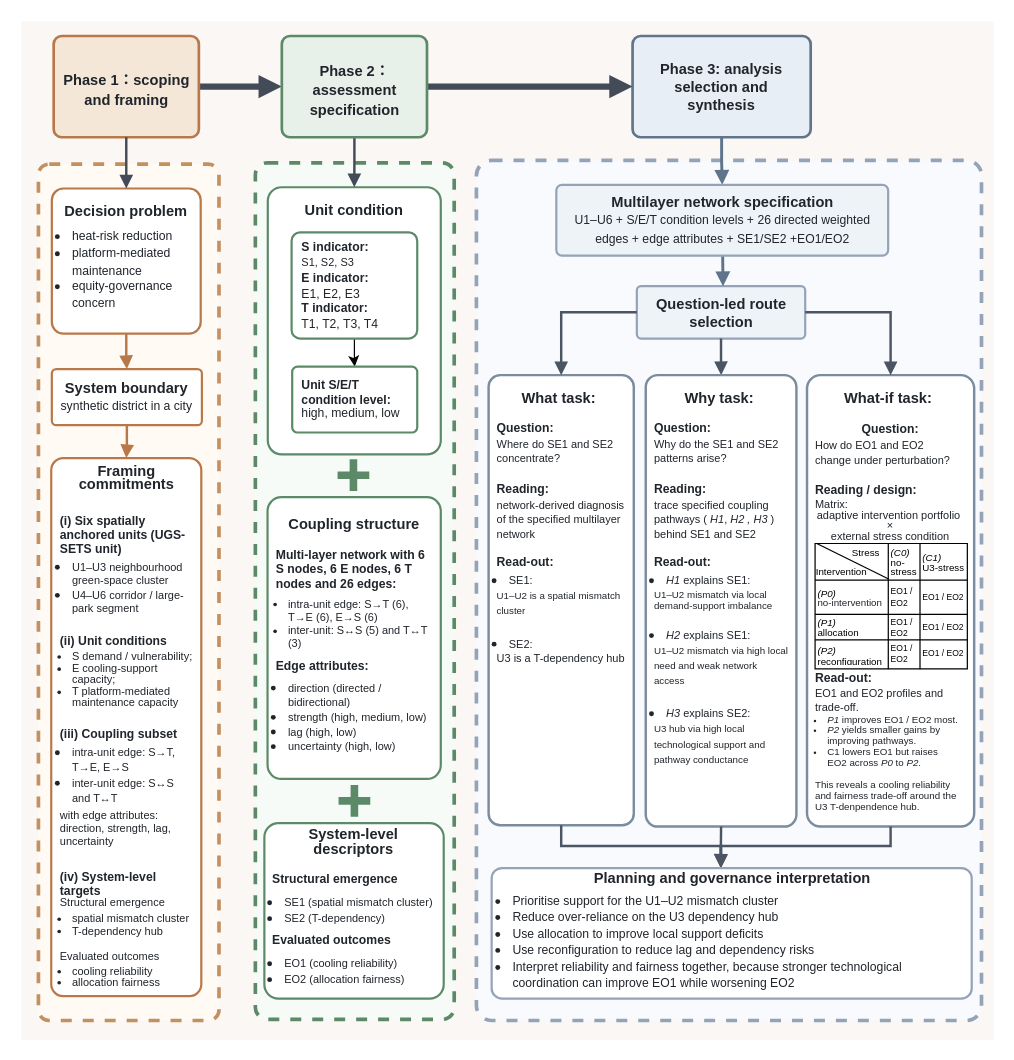
The draw.io diagram section6.drawio in ZixuanLi317/iodraw-files, before the edit. Source tidied: cells renumbered, new cells numbered last; positions are measured from the earlier drawing's top-left corner, leaving out a move shared by most shapes. Both pictures are drawn from the tidied source at 122%, with x=0, y=0 at pixel (21, 21).
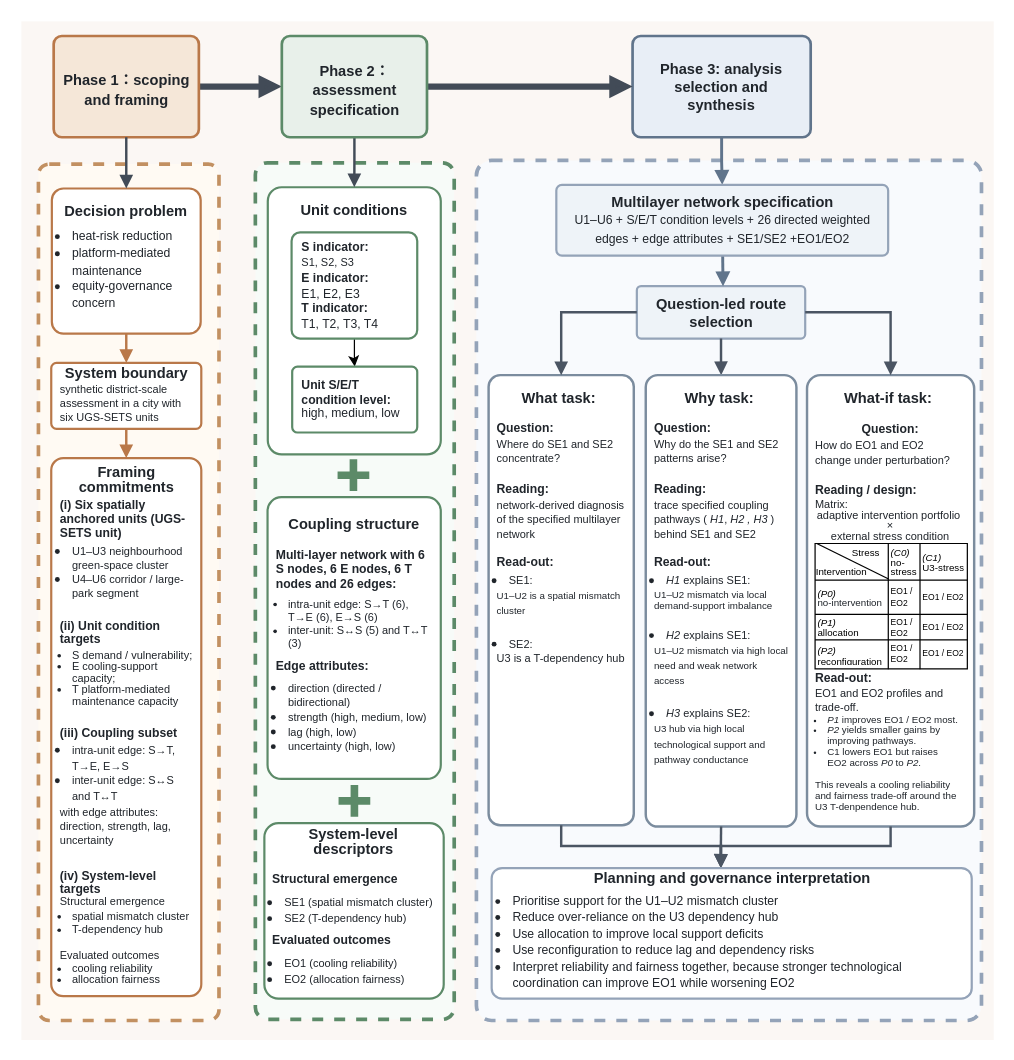
Above is the later version.

Diff of the diagram source:
```diff
@@
-    <mxCell id="7" value="&lt;div style=&quot;line-height:116%;&quot;&gt;&lt;b&gt;System boundary&lt;/b&gt;&lt;br&gt;&lt;font style=&quot;font-size: 10px;&quot;&gt;synthetic district in a city&lt;/font&gt;&lt;/div&gt;" style="whiteSpace=wrap;html=1;fillColor=#ffffff;strokeColor=#b97849;strokeWidth=1.8;fontSize=12;fontColor=#20252b;fontStyle=0;fontFamily=Helvetica;align=center;verticalAlign=middle;spacing=8;rounded=1;arcSize=8;" parent="1" vertex="1">
-      <mxGeometry x="25" y="285" width="123" height="46" as="geometry" />
+    <mxCell id="7" value="&lt;div style=&quot;line-height: 96%;&quot;&gt;&lt;b&gt;System boundary&lt;/b&gt;&lt;br&gt;&lt;div style=&quot;text-align: left;&quot;&gt;&lt;span style=&quot;font-size: 9px; background-color: transparent; color: light-dark(rgb(32, 37, 43), rgb(201, 206, 211)); line-height: 96%;&quot;&gt;synthetic district-scale assessment in a city with six UGS-SETS units&lt;/span&gt;&lt;/div&gt;&lt;/div&gt;" style="whiteSpace=wrap;html=1;fillColor=#ffffff;strokeColor=#b97849;strokeWidth=1.8;fontSize=12;fontColor=#20252b;fontStyle=0;fontFamily=Helvetica;align=center;verticalAlign=middle;spacing=8;rounded=1;arcSize=8;" parent="1" vertex="1">
+      <mxGeometry x="24.5" y="280" width="123" height="54" as="geometry" />
     </mxCell>
-    <mxCell id="8" value="&lt;div style=&quot;line-height: 96%;&quot;&gt;&lt;div style=&quot;margin-bottom: 3px;&quot;&gt;&lt;b&gt;Framing commitments&lt;/b&gt;&lt;br&gt;&lt;div style=&quot;text-align: left; padding-top: 3px;&quot;&gt;&lt;span style=&quot;font-size: 10px; background-color: transparent; color: light-dark(rgb(32, 37, 43), rgb(201, 206, 211));&quot;&gt;&lt;b&gt;&lt;br&gt;&lt;/b&gt;&lt;/span&gt;&lt;/div&gt;&lt;div style=&quot;text-align: left; padding-top: 3px;&quot;&gt;&lt;span style=&quot;font-size: 10px; background-color: transparent; color: light-dark(rgb(32, 37, 43), rgb(201, 206, 211));&quot;&gt;&lt;b&gt;(i) Six spatially anchored units (UGS-SETS unit)&lt;/b&gt;&lt;/span&gt;&lt;/div&gt;&lt;/div&gt;&lt;div&gt;&lt;ul style=&quot;padding-left: 10px; margin-top: 3px; margin-bottom: 3px;&quot;&gt;&lt;li style=&quot;text-align: left;&quot;&gt;&lt;font style=&quot;line-height: 96%; font-size: 9px;&quot;&gt;&lt;span style=&quot;background-color: transparent; color: light-dark(rgb(32, 37, 43), rgb(201, 206, 211));&quot;&gt;U1–U3 neighbourhood green-space cluster&lt;/span&gt;&lt;/font&gt;&lt;/li&gt;&lt;li style=&quot;text-align: left;&quot;&gt;&lt;font style=&quot;line-height: 96%; font-size: 9px;&quot;&gt;&lt;span style=&quot;background-color: transparent; color: light-dark(rgb(32, 37, 43), rgb(201, 206, 211));&quot;&gt;U4–U6 corridor / large-park segment&lt;/span&gt;&lt;/font&gt;&lt;/li&gt;&lt;/ul&gt;&lt;/div&gt;&lt;div style=&quot;text-align: left;&quot;&gt;&lt;font style=&quot;font-size: 10px; line-height: 96%;&quot;&gt;&lt;b&gt;&lt;br&gt;&lt;/b&gt;&lt;/font&gt;&lt;/div&gt;&lt;div style=&quot;text-align: left;&quot;&gt;&lt;font style=&quot;font-size: 10px; line-height: 96%;&quot;&gt;&lt;b&gt;(ii) Unit conditions&lt;/b&gt;&lt;/font&gt;&lt;/div&gt;&lt;div style=&quot;text-align: left;&quot;&gt;&lt;font style=&quot;line-height: 96%; font-size: 9px;&quot;&gt;&lt;div style=&quot;&quot;&gt;&lt;ul style=&quot;padding-bottom: 0px; padding-left: 10px; line-height: 106%; margin-top: 3px; margin-bottom: 3px;&quot;&gt;&lt;li style=&quot;&quot;&gt;S demand / vulnerability;&lt;/li&gt;&lt;li style=&quot;&quot;&gt;E cooling-support capacity;&lt;/li&gt;&lt;li style=&quot;&quot;&gt;T platform-mediated maintenance capacity&lt;/li&gt;&lt;/ul&gt;&lt;/div&gt;&lt;/font&gt;&lt;/div&gt;&lt;div style=&quot;text-align: left;&quot;&gt;&lt;font style=&quot;font-size: 10px; line-height: 96%;&quot;&gt;&lt;b&gt;&lt;br&gt;&lt;/b&gt;&lt;/font&gt;&lt;/div&gt;&lt;div style=&quot;text-align: left;&quot;&gt;&lt;font style=&quot;font-size: 10px; line-height: 96%;&quot;&gt;&lt;b&gt;(iii) Coupling subset&lt;/b&gt;&lt;/font&gt;&lt;/div&gt;&lt;div&gt;&lt;div style=&quot;text-align: left;&quot;&gt;&lt;ul style=&quot;padding-left: 10px; margin-top: 3px; margin-bottom: 3px;&quot;&gt;&lt;li&gt;&lt;span style=&quot;background-color: transparent; color: light-dark(rgb(32, 37, 43), rgb(201, 206, 211));&quot;&gt;&lt;font style=&quot;font-size: 9px;&quot;&gt;intra-unit edge: S→T, T→E, E→S&lt;/font&gt;&lt;/span&gt;&lt;/li&gt;&lt;li&gt;&lt;span style=&quot;background-color: transparent; color: light-dark(rgb(32, 37, 43), rgb(201, 206, 211));&quot;&gt;&lt;font style=&quot;font-size: 9px;&quot;&gt;inter-unit edge: S↔S and T↔T&lt;/font&gt;&lt;/span&gt;&lt;/li&gt;&lt;/ul&gt;&lt;/div&gt;&lt;font style=&quot;line-height: 96%; font-size: 9px;&quot;&gt;&lt;div style=&quot;text-align: left;&quot;&gt;&lt;span style=&quot;background-color: transparent; color: light-dark(rgb(32, 37, 43), rgb(201, 206, 211));&quot;&gt;with edge attributes:&lt;/span&gt;&lt;/div&gt;&lt;/font&gt;&lt;/div&gt;&lt;div style=&quot;text-align: left; padding-bottom: 6px;&quot;&gt;&lt;font style=&quot;line-height: 96%; font-size: 9px;&quot;&gt;direction, strength, lag, uncertainty&lt;/font&gt;&lt;/div&gt;&lt;div style=&quot;text-align: left;&quot;&gt;&lt;span style=&quot;background-color: transparent; text-align: center; font-size: 10px;&quot;&gt;&lt;b&gt;&lt;br&gt;&lt;/b&gt;&lt;/span&gt;&lt;/div&gt;&lt;div style=&quot;text-align: left;&quot;&gt;&lt;span style=&quot;background-color: transparent; text-align: center; font-size: 10px;&quot;&gt;&lt;b&gt;(iv) System-level targets&lt;/b&gt;&lt;/span&gt;&lt;/div&gt;&lt;div style=&quot;text-align: left;&quot;&gt;&lt;font style=&quot;line-height: 96%; font-size: 9px;&quot;&gt;&lt;div style=&quot;&quot;&gt;&lt;span style=&quot;background-color: transparent; color: light-dark(rgb(32, 37, 43), rgb(201, 206, 211));&quot;&gt;Structural emergence&lt;/span&gt;&lt;/div&gt;&lt;div style=&quot;&quot;&gt;&lt;ul style=&quot;padding-left: 10px; margin-right: 0px; margin-top: 3px; margin-bottom: 3px; line-height: 116%;&quot;&gt;&lt;li&gt;&lt;span style=&quot;background-color: transparent; color: light-dark(rgb(32, 37, 43), rgb(201, 206, 211));&quot;&gt;spatial mismatch cluster&lt;/span&gt;&lt;/li&gt;&lt;li&gt;&lt;span style=&quot;background-color: transparent; color: light-dark(rgb(32, 37, 43), rgb(201, 206, 211));&quot;&gt;T-dependency hub&lt;/span&gt;&lt;/li&gt;&lt;/ul&gt;&lt;/div&gt;&lt;font style=&quot;text-align: center;&quot;&gt;&lt;div style=&quot;text-align: left;&quot;&gt;&lt;span style=&quot;background-color: transparent; color: light-dark(rgb(32, 37, 43), rgb(201, 206, 211));&quot;&gt;&lt;br&gt;&lt;/span&gt;&lt;/div&gt;&lt;div style=&quot;text-align: left;&quot;&gt;&lt;span style=&quot;background-color: transparent; color: light-dark(rgb(32, 37, 43), rgb(201, 206, 211));&quot;&gt;Evaluated outcomes&lt;/span&gt;&lt;/div&gt;&lt;div style=&quot;text-align: left;&quot;&gt;&lt;ul style=&quot;padding-left: 10px; margin-top: 3px; margin-bottom: 3px;&quot;&gt;&lt;li style=&quot;&quot;&gt;&lt;span style=&quot;background-color: transparent; color: light-dark(rgb(32, 37, 43), rgb(201, 206, 211));&quot;&gt;cooling reliability&lt;/span&gt;&lt;/li&gt;&lt;li style=&quot;&quot;&gt;&lt;span style=&quot;background-color: transparent; color: light-dark(rgb(32, 37, 43), rgb(201, 206, 211));&quot;&gt;allocation fairness&lt;/span&gt;&lt;/li&gt;&lt;/ul&gt;&lt;/div&gt;&lt;/font&gt;&lt;/font&gt;&lt;/div&gt;&lt;/div&gt;" style="whiteSpace=wrap;html=1;fillColor=#ffffff;strokeColor=#b97849;strokeWidth=1.8;fontSize=12;fontColor=#20252b;fontStyle=0;fontFamily=Helvetica;align=center;verticalAlign=middle;spacing=8;rounded=1;arcSize=8;" parent="1" vertex="1">
+    <mxCell id="8" value="&lt;div style=&quot;line-height: 96%;&quot;&gt;&lt;div style=&quot;margin-bottom: 3px;&quot;&gt;&lt;b&gt;Framing commitments&lt;/b&gt;&lt;div style=&quot;text-align: left; padding-top: 3px;&quot;&gt;&lt;span style=&quot;font-size: 10px; background-color: transparent; color: light-dark(rgb(32, 37, 43), rgb(201, 206, 211));&quot;&gt;&lt;b&gt;(i) Six spatially anchored units (UGS-SETS unit)&lt;/b&gt;&lt;/span&gt;&lt;/div&gt;&lt;/div&gt;&lt;div&gt;&lt;ul style=&quot;padding-left: 10px; margin-top: 3px; margin-bottom: 3px;&quot;&gt;&lt;li style=&quot;text-align: left;&quot;&gt;&lt;font style=&quot;line-height: 96%; font-size: 9px;&quot;&gt;&lt;span style=&quot;background-color: transparent; color: light-dark(rgb(32, 37, 43), rgb(201, 206, 211));&quot;&gt;U1–U3 neighbourhood green-space cluster&lt;/span&gt;&lt;/font&gt;&lt;/li&gt;&lt;li style=&quot;text-align: left;&quot;&gt;&lt;font style=&quot;line-height: 96%; font-size: 9px;&quot;&gt;&lt;span style=&quot;background-color: transparent; color: light-dark(rgb(32, 37, 43), rgb(201, 206, 211));&quot;&gt;U4–U6 corridor / large-park segment&lt;/span&gt;&lt;/font&gt;&lt;/li&gt;&lt;/ul&gt;&lt;/div&gt;&lt;div style=&quot;text-align: left;&quot;&gt;&lt;font style=&quot;font-size: 10px; line-height: 96%;&quot;&gt;&lt;b&gt;&lt;br&gt;&lt;/b&gt;&lt;/font&gt;&lt;/div&gt;&lt;div style=&quot;text-align: left;&quot;&gt;&lt;font style=&quot;font-size: 10px; line-height: 96%;&quot;&gt;&lt;b&gt;(ii) Unit condition targets&lt;/b&gt;&lt;/font&gt;&lt;/div&gt;&lt;div style=&quot;text-align: left;&quot;&gt;&lt;font style=&quot;line-height: 96%; font-size: 9px;&quot;&gt;&lt;div style=&quot;&quot;&gt;&lt;ul style=&quot;padding-bottom: 0px; padding-left: 10px; line-height: 106%; margin-top: 3px; margin-bottom: 3px;&quot;&gt;&lt;li style=&quot;&quot;&gt;S demand / vulnerability;&lt;/li&gt;&lt;li style=&quot;&quot;&gt;E cooling-support capacity;&lt;/li&gt;&lt;li style=&quot;&quot;&gt;T platform-mediated maintenance capacity&lt;/li&gt;&lt;/ul&gt;&lt;/div&gt;&lt;/font&gt;&lt;/div&gt;&lt;div style=&quot;text-align: left;&quot;&gt;&lt;font style=&quot;font-size: 10px; line-height: 96%;&quot;&gt;&lt;b&gt;&lt;br&gt;&lt;/b&gt;&lt;/font&gt;&lt;/div&gt;&lt;div style=&quot;text-align: left;&quot;&gt;&lt;font style=&quot;font-size: 10px; line-height: 96%;&quot;&gt;&lt;b&gt;(iii) Coupling subset&lt;/b&gt;&lt;/font&gt;&lt;/div&gt;&lt;div&gt;&lt;div style=&quot;text-align: left;&quot;&gt;&lt;ul style=&quot;padding-left: 10px; margin-top: 3px; margin-bottom: 3px;&quot;&gt;&lt;li&gt;&lt;span style=&quot;background-color: transparent; color: light-dark(rgb(32, 37, 43), rgb(201, 206, 211));&quot;&gt;&lt;font style=&quot;font-size: 9px;&quot;&gt;intra-unit edge: S→T, T→E, E→S&lt;/font&gt;&lt;/span&gt;&lt;/li&gt;&lt;li&gt;&lt;span style=&quot;background-color: transparent; color: light-dark(rgb(32, 37, 43), rgb(201, 206, 211));&quot;&gt;&lt;font style=&quot;font-size: 9px;&quot;&gt;inter-unit edge: S↔S and T↔T&lt;/font&gt;&lt;/span&gt;&lt;/li&gt;&lt;/ul&gt;&lt;/div&gt;&lt;font style=&quot;line-height: 96%; font-size: 9px;&quot;&gt;&lt;div style=&quot;text-align: left;&quot;&gt;&lt;span style=&quot;background-color: transparent; color: light-dark(rgb(32, 37, 43), rgb(201, 206, 211));&quot;&gt;with edge attributes:&lt;/span&gt;&lt;/div&gt;&lt;/font&gt;&lt;/div&gt;&lt;div style=&quot;text-align: left; padding-bottom: 6px;&quot;&gt;&lt;font style=&quot;line-height: 96%; font-size: 9px;&quot;&gt;direction, strength, lag, uncertainty&lt;/font&gt;&lt;/div&gt;&lt;div style=&quot;text-align: left;&quot;&gt;&lt;span style=&quot;background-color: transparent; text-align: center; font-size: 10px;&quot;&gt;&lt;b&gt;&lt;br&gt;&lt;/b&gt;&lt;/span&gt;&lt;/div&gt;&lt;div style=&quot;text-align: left;&quot;&gt;&lt;span style=&quot;background-color: transparent; text-align: center; font-size: 10px;&quot;&gt;&lt;b&gt;(iv) System-level targets&lt;/b&gt;&lt;/span&gt;&lt;/div&gt;&lt;div style=&quot;text-align: left;&quot;&gt;&lt;font style=&quot;line-height: 96%; font-size: 9px;&quot;&gt;&lt;div style=&quot;&quot;&gt;&lt;span style=&quot;background-color: transparent; color: light-dark(rgb(32, 37, 43), rgb(201, 206, 211));&quot;&gt;Structural emergence&lt;/span&gt;&lt;/div&gt;&lt;div style=&quot;&quot;&gt;&lt;ul style=&quot;padding-left: 10px; margin-right: 0px; margin-top: 3px; margin-bottom: 3px; line-height: 116%;&quot;&gt;&lt;li&gt;&lt;span style=&quot;background-color: transparent; color: light-dark(rgb(32, 37, 43), rgb(201, 206, 211));&quot;&gt;spatial mismatch cluster&lt;/span&gt;&lt;/li&gt;&lt;li&gt;&lt;span style=&quot;background-color: transparent; color: light-dark(rgb(32, 37, 43), rgb(201, 206, 211));&quot;&gt;T-dependency hub&lt;/span&gt;&lt;/li&gt;&lt;/ul&gt;&lt;/div&gt;&lt;font style=&quot;text-align: center;&quot;&gt;&lt;div style=&quot;text-align: left;&quot;&gt;&lt;span style=&quot;background-color: transparent; color: light-dark(rgb(32, 37, 43), rgb(201, 206, 211));&quot;&gt;&lt;br&gt;&lt;/span&gt;&lt;/div&gt;&lt;div style=&quot;text-align: left;&quot;&gt;&lt;span style=&quot;background-color: transparent; color: light-dark(rgb(32, 37, 43), rgb(201, 206, 211));&quot;&gt;Evaluated outcomes&lt;/span&gt;&lt;/div&gt;&lt;div style=&quot;text-align: left;&quot;&gt;&lt;ul style=&quot;padding-left: 10px; margin-top: 3px; margin-bottom: 3px;&quot;&gt;&lt;li style=&quot;&quot;&gt;&lt;span style=&quot;background-color: transparent; color: light-dark(rgb(32, 37, 43), rgb(201, 206, 211));&quot;&gt;cooling reliability&lt;/span&gt;&lt;/li&gt;&lt;li style=&quot;&quot;&gt;&lt;span style=&quot;background-color: transparent; color: light-dark(rgb(32, 37, 43), rgb(201, 206, 211));&quot;&gt;allocation fairness&lt;/span&gt;&lt;/li&gt;&lt;/ul&gt;&lt;/div&gt;&lt;/font&gt;&lt;/font&gt;&lt;/div&gt;&lt;/div&gt;" style="whiteSpace=wrap;html=1;fillColor=#ffffff;strokeColor=#b97849;strokeWidth=1.8;fontSize=12;fontColor=#20252b;fontStyle=0;fontFamily=Helvetica;align=center;verticalAlign=middle;spacing=8;rounded=1;arcSize=8;" parent="1" vertex="1">
       <mxGeometry x="24.5" y="358" width="123" height="441" as="geometry" />
     </mxCell>
@@
-    <mxCell id="13" value="&lt;div style=&quot;line-height:116%;&quot;&gt;&lt;b&gt;Unit condition&lt;/b&gt;&lt;br&gt;&lt;/div&gt;" style="whiteSpace=wrap;html=1;fillColor=#ffffff;strokeColor=#5c8a68;strokeWidth=1.8;fontSize=12;fontColor=#20252b;fontStyle=0;fontFamily=Helvetica;align=center;verticalAlign=top;spacing=8;rounded=1;arcSize=8;" parent="1" vertex="1">
+    <mxCell id="13" value="&lt;div style=&quot;line-height:116%;&quot;&gt;&lt;b&gt;Unit conditions&lt;/b&gt;&lt;br&gt;&lt;/div&gt;" style="whiteSpace=wrap;html=1;fillColor=#ffffff;strokeColor=#5c8a68;strokeWidth=1.8;fontSize=12;fontColor=#20252b;fontStyle=0;fontFamily=Helvetica;align=center;verticalAlign=top;spacing=8;rounded=1;arcSize=8;" parent="1" vertex="1">
       <mxGeometry x="202" y="136" width="141.8" height="219" as="geometry" />
     </mxCell>
@@
-    <mxCell id="19" value="&lt;div style=&quot;line-height: 100%;&quot;&gt;&lt;div style=&quot;margin-bottom: 0px;&quot;&gt;&lt;b&gt;System-level descriptors&lt;/b&gt;&lt;/div&gt;&lt;div style=&quot;margin-bottom: 0px;&quot;&gt;&lt;b&gt;&lt;br&gt;&lt;/b&gt;&lt;div style=&quot;text-align: left; margin-bottom: 6px;&quot;&gt;&lt;div&gt;&lt;span style=&quot;font-size: 10px; background-color: transparent; color: light-dark(rgb(32, 37, 43), rgb(201, 206, 211));&quot;&gt;&lt;b&gt;Structural emergence&lt;/b&gt;&lt;/span&gt;&lt;/div&gt;&lt;div&gt;&lt;ul style=&quot;padding-left: 10px; margin-right: 0px; margin-top: 6px; margin-bottom: 6px;&quot;&gt;&lt;li&gt;&lt;span style=&quot;background-color: transparent; color: light-dark(rgb(32, 37, 43), rgb(201, 206, 211));&quot;&gt;&lt;font style=&quot;font-size: 9px;&quot;&gt;SE1 (spatial mismatch cluster)&lt;/font&gt;&lt;/span&gt;&lt;/li&gt;&lt;li&gt;&lt;font style=&quot;font-size: 9px;&quot;&gt;SE2 (T-dependency)&lt;/font&gt;&lt;/li&gt;&lt;/ul&gt;&lt;/div&gt;&lt;font style=&quot;text-align: center;&quot;&gt;&lt;div style=&quot;font-size: 10px; text-align: left;&quot;&gt;&lt;span style=&quot;background-color: transparent; color: light-dark(rgb(32, 37, 43), rgb(201, 206, 211));&quot;&gt;&lt;b&gt;Evaluated outcomes&lt;/b&gt;&lt;/span&gt;&lt;/div&gt;&lt;div style=&quot;text-align: left;&quot;&gt;&lt;ul style=&quot;padding-left: 10px; margin-top: 6px; margin-bottom: 6px;&quot;&gt;&lt;li style=&quot;&quot;&gt;&lt;font style=&quot;font-size: 9px;&quot;&gt;EO1 (cooling reliability)&lt;/font&gt;&lt;/li&gt;&lt;li style=&quot;&quot;&gt;&lt;span style=&quot;background-color: transparent; color: light-dark(rgb(32, 37, 43), rgb(201, 206, 211));&quot;&gt;&lt;font style=&quot;font-size: 9px;&quot;&gt;EO2 (allocation fairness)&lt;/font&gt;&lt;/span&gt;&lt;/li&gt;&lt;/ul&gt;&lt;/div&gt;&lt;/font&gt;&lt;/div&gt;&lt;/div&gt;&lt;/div&gt;" style="whiteSpace=wrap;html=1;fillColor=#ffffff;strokeColor=#5c8a68;strokeWidth=1.8;fontSize=12;fontColor=#20252b;fontStyle=0;fontFamily=Helvetica;align=center;verticalAlign=middle;spacing=8;rounded=1;arcSize=8;" parent="1" vertex="1">
+    <mxCell id="19" value="&lt;div style=&quot;line-height: 100%;&quot;&gt;&lt;div style=&quot;margin-bottom: 0px;&quot;&gt;&lt;b&gt;System-level descriptors&lt;/b&gt;&lt;/div&gt;&lt;div style=&quot;margin-bottom: 0px;&quot;&gt;&lt;b&gt;&lt;br&gt;&lt;/b&gt;&lt;div style=&quot;text-align: left; margin-bottom: 6px;&quot;&gt;&lt;div&gt;&lt;span style=&quot;font-size: 10px; background-color: transparent; color: light-dark(rgb(32, 37, 43), rgb(201, 206, 211));&quot;&gt;&lt;b&gt;Structural emergence&lt;/b&gt;&lt;/span&gt;&lt;/div&gt;&lt;div&gt;&lt;ul style=&quot;padding-left: 10px; margin-right: 0px; margin-top: 6px; margin-bottom: 6px;&quot;&gt;&lt;li&gt;&lt;span style=&quot;background-color: transparent; color: light-dark(rgb(32, 37, 43), rgb(201, 206, 211));&quot;&gt;&lt;font style=&quot;font-size: 9px;&quot;&gt;SE1 (spatial mismatch cluster)&lt;/font&gt;&lt;/span&gt;&lt;/li&gt;&lt;li&gt;&lt;font style=&quot;font-size: 9px;&quot;&gt;SE2 (T-dependency hub)&lt;/font&gt;&lt;/li&gt;&lt;/ul&gt;&lt;/div&gt;&lt;font style=&quot;text-align: center;&quot;&gt;&lt;div style=&quot;font-size: 10px; text-align: left;&quot;&gt;&lt;span style=&quot;background-color: transparent; color: light-dark(rgb(32, 37, 43), rgb(201, 206, 211));&quot;&gt;&lt;b&gt;Evaluated outcomes&lt;/b&gt;&lt;/span&gt;&lt;/div&gt;&lt;div style=&quot;text-align: left;&quot;&gt;&lt;ul style=&quot;padding-left: 10px; margin-top: 6px; margin-bottom: 6px;&quot;&gt;&lt;li style=&quot;&quot;&gt;&lt;font style=&quot;font-size: 9px;&quot;&gt;EO1 (cooling reliability)&lt;/font&gt;&lt;/li&gt;&lt;li style=&quot;&quot;&gt;&lt;span style=&quot;background-color: transparent; color: light-dark(rgb(32, 37, 43), rgb(201, 206, 211));&quot;&gt;&lt;font style=&quot;font-size: 9px;&quot;&gt;EO2 (allocation fairness)&lt;/font&gt;&lt;/span&gt;&lt;/li&gt;&lt;/ul&gt;&lt;/div&gt;&lt;/font&gt;&lt;/div&gt;&lt;/div&gt;&lt;/div&gt;" style="whiteSpace=wrap;html=1;fillColor=#ffffff;strokeColor=#5c8a68;strokeWidth=1.8;fontSize=12;fontColor=#20252b;fontStyle=0;fontFamily=Helvetica;align=center;verticalAlign=middle;spacing=8;rounded=1;arcSize=8;" parent="1" vertex="1">
       <mxGeometry x="199.2" y="657.2" width="147" height="143.8" as="geometry" />
     </mxCell>
```
